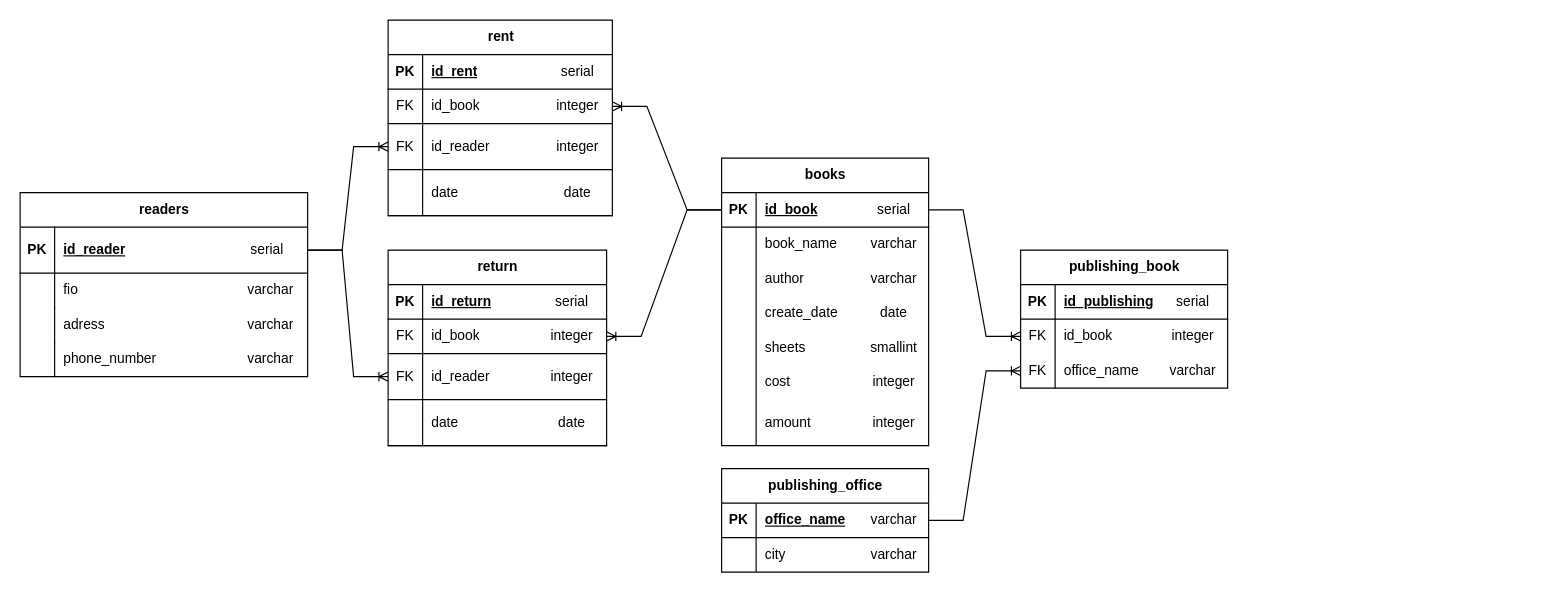
The draw.io diagram 2.DWH/2.2/physical structure.drawio in DragonMickey/1T_Data, before the edit. Source tidied: cells renumbered, new cells numbered last; positions are measured from the earlier drawing's top-left corner, leaving out a move shared by most shapes. Both pictures are drawn from the tidied source at 115%, with x=0, y=0 at pixel (20, 20).
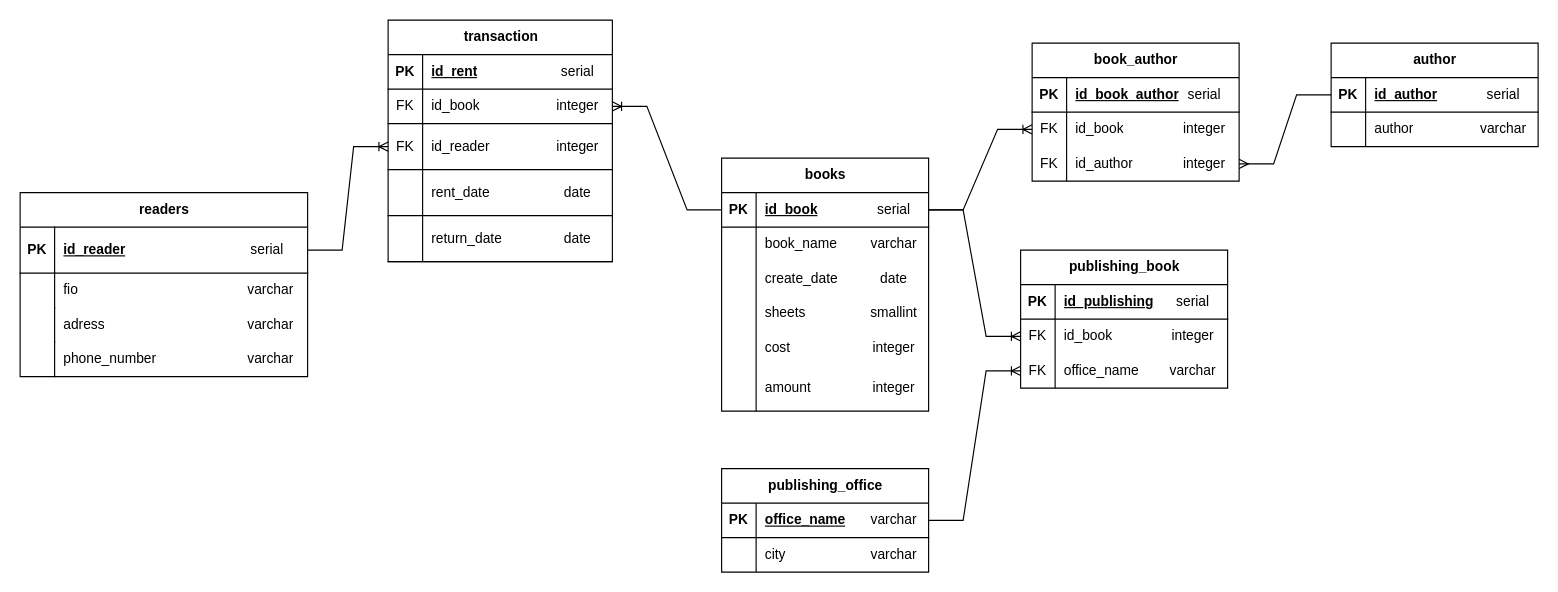
The same diagram, later.

Commit message (it also covers changes not shown here):
changes in phys structure

The change refers to these unchanged cells:
```xml
<mxCell id="3" style="shape=tableRow;horizontal=0;startSize=0;swimlaneHead=0;swimlaneBody=0;fillColor=none;points=[[0,0.5],[1,0.5]];portConstraint=eastwest;top=0;left=0;right=0;bottom=1;" parent="2" vertex="1">
  <mxGeometry y="30" width="250" height="40" as="geometry" />
</mxCell>
<mxCell id="27" style="shape=tableRow;horizontal=0;startSize=0;swimlaneHead=0;swimlaneBody=0;fillColor=none;points=[[0,0.5],[1,0.5]];portConstraint=eastwest;top=0;left=0;right=0;bottom=1;" parent="26" vertex="1">
  <mxGeometry y="30" width="180" height="30" as="geometry" />
</mxCell>
<mxCell id="58" style="shape=tableRow;horizontal=0;startSize=0;swimlaneHead=0;swimlaneBody=0;fillColor=none;top=0;left=0;right=0;bottom=1;strokeColor=default;fontFamily=Helvetica;fontSize=12;fontColor=default;html=1;" parent="48" vertex="1">
  <mxGeometry y="130" width="195" height="40" as="geometry" />
</mxCell>
<mxCell id="98" value="serial" style="text;html=1;strokeColor=none;fillColor=none;align=center;verticalAlign=middle;whiteSpace=wrap;rounded=0;" parent="1" vertex="1">
  <mxGeometry x="730" y="150" width="60" height="30" as="geometry" />
</mxCell>
```

What changed in the source:
```diff
@@
     <mxCell id="26" value="books" style="shape=table;startSize=30;childLayout=tableLayout;rowLines=0;fontStyle=1;align=center;html=1;" parent="1" vertex="1">
-      <mxGeometry x="610" y="120" width="180" height="250" as="geometry" />
+      <mxGeometry x="610" y="120" width="180" height="220" as="geometry" />
     </mxCell>
@@
-    <mxCell id="33" style="shape=tableRow;horizontal=0;startSize=0;swimlaneHead=0;swimlaneBody=0;fillColor=none;points=[[0,0.5],[1,0.5]];portConstraint=eastwest;top=0;left=0;right=0;bottom=0;" parent="26" vertex="1">
-      <mxGeometry y="90" width="180" height="30" as="geometry" />
-    </mxCell>
-    <mxCell id="34" style="shape=partialRectangle;fillColor=none;top=0;left=0;bottom=0;right=0;overflow=hidden;whiteSpace=wrap;html=1;" parent="33" vertex="1">
-      <mxGeometry width="30" height="30" as="geometry" />
-    </mxCell>
-    <mxCell id="35" value="author" style="shape=partialRectangle;fillColor=none;top=0;left=0;bottom=0;right=0;align=left;spacingLeft=6;overflow=hidden;whiteSpace=wrap;html=1;" parent="33" vertex="1">
-      <mxGeometry x="30" width="150" height="30" as="geometry" />
-    </mxCell>
     <mxCell id="36" style="shape=tableRow;horizontal=0;startSize=0;swimlaneHead=0;swimlaneBody=0;fillColor=none;top=0;left=0;right=0;bottom=0;" parent="26" vertex="1">
-      <mxGeometry y="120" width="180" height="30" as="geometry" />
+      <mxGeometry y="90" width="180" height="30" as="geometry" />
     </mxCell>
@@
     <mxCell id="39" style="shape=tableRow;horizontal=0;startSize=0;swimlaneHead=0;swimlaneBody=0;fillColor=none;top=0;left=0;right=0;bottom=0;" parent="26" vertex="1">
-      <mxGeometry y="150" width="180" height="30" as="geometry" />
+      <mxGeometry y="120" width="180" height="30" as="geometry" />
     </mxCell>
@@
     <mxCell id="42" style="shape=tableRow;horizontal=0;startSize=0;swimlaneHead=0;swimlaneBody=0;fillColor=none;top=0;left=0;right=0;bottom=0;" parent="26" vertex="1">
-      <mxGeometry y="180" width="180" height="30" as="geometry" />
+      <mxGeometry y="150" width="180" height="30" as="geometry" />
     </mxCell>
@@
     <mxCell id="45" style="shape=tableRow;horizontal=0;startSize=0;swimlaneHead=0;swimlaneBody=0;fillColor=none;top=0;left=0;right=0;bottom=0;" parent="26" vertex="1">
-      <mxGeometry y="210" width="180" height="40" as="geometry" />
+      <mxGeometry y="180" width="180" height="40" as="geometry" />
     </mxCell>
@@
-    <mxCell id="48" value="rent" style="shape=table;startSize=30;childLayout=tableLayout;rowLines=0;fontStyle=1;align=center;html=1;strokeColor=default;fontFamily=Helvetica;fontSize=12;fontColor=default;fillColor=default;" parent="1" vertex="1">
-      <mxGeometry x="320" width="195" height="170" as="geometry" />
+    <mxCell id="48" value="transaction" style="shape=table;startSize=30;childLayout=tableLayout;rowLines=0;fontStyle=1;align=center;html=1;strokeColor=default;fontFamily=Helvetica;fontSize=12;fontColor=default;fillColor=default;" parent="1" vertex="1">
+      <mxGeometry x="320" width="195" height="210" as="geometry" />
     </mxCell>
@@
-    <mxCell id="60" value="date" style="shape=partialRectangle;fillColor=none;top=0;left=0;bottom=0;right=0;align=left;spacingLeft=6;fontStyle=0;overflow=hidden;whiteSpace=wrap;html=1;strokeColor=default;fontFamily=Helvetica;fontSize=12;fontColor=default;startSize=30;" parent="58" vertex="1">
+    <mxCell id="60" value="rent_date" style="shape=partialRectangle;fillColor=none;top=0;left=0;bottom=0;right=0;align=left;spacingLeft=6;fontStyle=0;overflow=hidden;whiteSpace=wrap;html=1;strokeColor=default;fontFamily=Helvetica;fontSize=12;fontColor=default;startSize=30;" parent="58" vertex="1">
       <mxGeometry x="30" width="165" height="40" as="geometry" />
     </mxCell>
+    <mxCell id="110" style="shape=tableRow;horizontal=0;startSize=0;swimlaneHead=0;swimlaneBody=0;fillColor=none;top=0;left=0;right=0;bottom=1;strokeColor=default;fontFamily=Helvetica;fontSize=12;fontColor=default;html=1;" parent="48" vertex="1">
+      <mxGeometry y="170" width="195" height="40" as="geometry" />
+    </mxCell>
+    <mxCell id="74" style="shape=partialRectangle;fillColor=none;top=0;left=0;bottom=0;right=0;fontStyle=0;overflow=hidden;whiteSpace=wrap;html=1;strokeColor=default;fontFamily=Helvetica;fontSize=12;fontColor=default;startSize=30;" parent="110" vertex="1">
+      <mxGeometry width="30" height="40" as="geometry" />
+    </mxCell>
+    <mxCell id="111" value="return_date" style="shape=partialRectangle;fillColor=none;top=0;left=0;bottom=0;right=0;align=left;spacingLeft=6;fontStyle=0;overflow=hidden;whiteSpace=wrap;html=1;strokeColor=default;fontFamily=Helvetica;fontSize=12;fontColor=default;startSize=30;" parent="110" vertex="1">
+      <mxGeometry x="30" width="165" height="40" as="geometry" />
+    </mxCell>
@@
-    <mxCell id="63" value="return" style="shape=table;startSize=30;childLayout=tableLayout;rowLines=0;fontStyle=1;align=center;html=1;strokeColor=default;fontFamily=Helvetica;fontSize=12;fontColor=default;fillColor=default;" parent="1" vertex="1">
-      <mxGeometry x="320" y="200" width="190" height="170" as="geometry" />
-    </mxCell>
-    <mxCell id="64" style="shape=tableRow;horizontal=0;startSize=0;swimlaneHead=0;swimlaneBody=0;fillColor=none;top=0;left=0;right=0;bottom=1;strokeColor=default;fontFamily=Helvetica;fontSize=12;fontColor=default;html=1;" parent="63" vertex="1">
-      <mxGeometry y="30" width="190" height="30" as="geometry" />
-    </mxCell>
-    <mxCell id="65" value="PK" style="shape=partialRectangle;fillColor=none;top=0;left=0;bottom=0;right=0;fontStyle=1;overflow=hidden;whiteSpace=wrap;html=1;strokeColor=default;fontFamily=Helvetica;fontSize=12;fontColor=default;startSize=30;" parent="64" vertex="1">
-      <mxGeometry width="30" height="30" as="geometry" />
-    </mxCell>
-    <mxCell id="66" value="id_return" style="shape=partialRectangle;fillColor=none;top=0;left=0;bottom=0;right=0;align=left;spacingLeft=6;fontStyle=5;overflow=hidden;whiteSpace=wrap;html=1;strokeColor=default;fontFamily=Helvetica;fontSize=12;fontColor=default;startSize=30;" parent="64" vertex="1">
-      <mxGeometry x="30" width="160" height="30" as="geometry" />
-    </mxCell>
-    <mxCell id="67" style="shape=tableRow;horizontal=0;startSize=0;swimlaneHead=0;swimlaneBody=0;fillColor=none;top=0;left=0;right=0;bottom=1;strokeColor=default;fontFamily=Helvetica;fontSize=12;fontColor=default;html=1;" parent="63" vertex="1">
-      <mxGeometry y="60" width="190" height="30" as="geometry" />
-    </mxCell>
-    <mxCell id="68" value="FK" style="shape=partialRectangle;fillColor=none;top=0;left=0;bottom=0;right=0;fontStyle=0;overflow=hidden;whiteSpace=wrap;html=1;strokeColor=default;fontFamily=Helvetica;fontSize=12;fontColor=default;startSize=30;" parent="67" vertex="1">
-      <mxGeometry width="30" height="30" as="geometry" />
-    </mxCell>
-    <mxCell id="69" value="id_book" style="shape=partialRectangle;fillColor=none;top=0;left=0;bottom=0;right=0;align=left;spacingLeft=6;fontStyle=0;overflow=hidden;whiteSpace=wrap;html=1;strokeColor=default;fontFamily=Helvetica;fontSize=12;fontColor=default;startSize=30;" parent="67" vertex="1">
-      <mxGeometry x="30" width="160" height="30" as="geometry" />
-    </mxCell>
-    <mxCell id="70" style="shape=tableRow;horizontal=0;startSize=0;swimlaneHead=0;swimlaneBody=0;fillColor=none;points=[[0,0.5],[1,0.5]];portConstraint=eastwest;top=0;left=0;right=0;bottom=1;strokeColor=default;fontFamily=Helvetica;fontSize=12;fontColor=default;html=1;" parent="63" vertex="1">
-      <mxGeometry y="90" width="190" height="40" as="geometry" />
-    </mxCell>
-    <mxCell id="71" value="FK" style="shape=partialRectangle;fillColor=none;top=0;left=0;bottom=0;right=0;fontStyle=0;overflow=hidden;whiteSpace=wrap;html=1;strokeColor=default;fontFamily=Helvetica;fontSize=12;fontColor=default;startSize=30;" parent="70" vertex="1">
-      <mxGeometry width="30" height="40" as="geometry" />
-    </mxCell>
-    <mxCell id="72" value="id_reader" style="shape=partialRectangle;fillColor=none;top=0;left=0;bottom=0;right=0;align=left;spacingLeft=6;fontStyle=0;overflow=hidden;whiteSpace=wrap;html=1;strokeColor=default;fontFamily=Helvetica;fontSize=12;fontColor=default;startSize=30;" parent="70" vertex="1">
-      <mxGeometry x="30" width="160" height="40" as="geometry" />
-    </mxCell>
-    <mxCell id="73" style="shape=tableRow;horizontal=0;startSize=0;swimlaneHead=0;swimlaneBody=0;fillColor=none;top=0;left=0;right=0;bottom=1;strokeColor=default;fontFamily=Helvetica;fontSize=12;fontColor=default;html=1;" parent="63" vertex="1">
-      <mxGeometry y="130" width="190" height="40" as="geometry" />
-    </mxCell>
-    <mxCell id="74" style="shape=partialRectangle;fillColor=none;top=0;left=0;bottom=0;right=0;fontStyle=0;overflow=hidden;whiteSpace=wrap;html=1;strokeColor=default;fontFamily=Helvetica;fontSize=12;fontColor=default;startSize=30;" parent="73" vertex="1">
-      <mxGeometry width="30" height="40" as="geometry" />
-    </mxCell>
-    <mxCell id="75" value="date" style="shape=partialRectangle;fillColor=none;top=0;left=0;bottom=0;right=0;align=left;spacingLeft=6;fontStyle=0;overflow=hidden;whiteSpace=wrap;html=1;strokeColor=default;fontFamily=Helvetica;fontSize=12;fontColor=default;startSize=30;" parent="73" vertex="1">
-      <mxGeometry x="30" width="160" height="40" as="geometry" />
-    </mxCell>
-    <mxCell id="76" style="edgeStyle=entityRelationEdgeStyle;fontSize=12;html=1;endArrow=ERoneToMany;rounded=0;entryX=0;entryY=0.5;entryDx=0;entryDy=0;exitX=1;exitY=0.5;exitDx=0;exitDy=0;" parent="1" edge="1" source="3" target="70">
-      <mxGeometry relative="1" as="geometry" />
-    </mxCell>
-    <mxCell id="77" style="edgeStyle=entityRelationEdgeStyle;fontSize=12;html=1;endArrow=ERoneToMany;rounded=0;exitX=0;exitY=0.5;exitDx=0;exitDy=0;entryX=1;entryY=0.5;entryDx=0;entryDy=0;" parent="1" edge="1" source="27" target="96">
-      <mxGeometry relative="1" as="geometry" />
-    </mxCell>
@@
-    <mxCell id="92" value="integer" style="text;html=1;strokeColor=none;fillColor=none;align=center;verticalAlign=middle;whiteSpace=wrap;rounded=0;" parent="1" vertex="1">
-      <mxGeometry x="450" y="290" width="60" height="40" as="geometry" />
-    </mxCell>
@@
     <mxCell id="94" value="date" style="text;html=1;strokeColor=none;fillColor=none;align=center;verticalAlign=middle;whiteSpace=wrap;rounded=0;" parent="1" vertex="1">
-      <mxGeometry x="450" y="330" width="60" height="40" as="geometry" />
+      <mxGeometry x="455" y="170" width="60" height="40" as="geometry" />
     </mxCell>
@@
-    <mxCell id="96" value="integer" style="text;html=1;strokeColor=none;fillColor=none;align=center;verticalAlign=middle;whiteSpace=wrap;rounded=0;" parent="1" vertex="1">
-      <mxGeometry x="450" y="260" width="60" height="30" as="geometry" />
-    </mxCell>
-    <mxCell id="97" value="serial" style="text;html=1;strokeColor=none;fillColor=none;align=center;verticalAlign=middle;whiteSpace=wrap;rounded=0;" parent="1" vertex="1">
-      <mxGeometry x="450" y="230" width="60" height="30" as="geometry" />
-    </mxCell>
@@
-    <mxCell id="100" value="varchar" style="text;html=1;strokeColor=none;fillColor=none;align=center;verticalAlign=middle;whiteSpace=wrap;rounded=0;" parent="1" vertex="1">
-      <mxGeometry x="730" y="210" width="60" height="30" as="geometry" />
-    </mxCell>
     <mxCell id="101" value="date" style="text;html=1;strokeColor=none;fillColor=none;align=center;verticalAlign=middle;whiteSpace=wrap;rounded=0;" parent="1" vertex="1">
-      <mxGeometry x="730" y="240" width="60" height="30" as="geometry" />
+      <mxGeometry x="730" y="210" width="60" height="30" as="geometry" />
     </mxCell>
     <mxCell id="102" value="smallint" style="text;html=1;strokeColor=none;fillColor=none;align=center;verticalAlign=middle;whiteSpace=wrap;rounded=0;" parent="1" vertex="1">
-      <mxGeometry x="730" y="270" width="60" height="30" as="geometry" />
+      <mxGeometry x="730" y="240" width="60" height="30" as="geometry" />
     </mxCell>
     <mxCell id="103" value="integer" style="text;html=1;strokeColor=none;fillColor=none;align=center;verticalAlign=middle;whiteSpace=wrap;rounded=0;" parent="1" vertex="1">
-      <mxGeometry x="730" y="300" width="60" height="30" as="geometry" />
+      <mxGeometry x="730" y="270" width="60" height="30" as="geometry" />
     </mxCell>
     <mxCell id="104" value="integer" style="text;html=1;strokeColor=none;fillColor=none;align=center;verticalAlign=middle;whiteSpace=wrap;rounded=0;" parent="1" vertex="1">
-      <mxGeometry x="730" y="330" width="60" height="40" as="geometry" />
+      <mxGeometry x="730" y="300" width="60" height="40" as="geometry" />
     </mxCell>
@@
+    <mxCell id="112" value="book_author" style="shape=table;startSize=30;childLayout=tableLayout;rowLines=0;fontStyle=1;align=center;html=1;" parent="1" vertex="1">
+      <mxGeometry x="880" y="20" width="180" height="120" as="geometry" />
+    </mxCell>
+    <mxCell id="113" style="shape=tableRow;horizontal=0;startSize=0;swimlaneHead=0;swimlaneBody=0;fillColor=none;top=0;left=0;right=0;bottom=1;" parent="112" vertex="1">
+      <mxGeometry y="30" width="180" height="30" as="geometry" />
+    </mxCell>
+    <mxCell id="114" value="PK" style="shape=partialRectangle;fillColor=none;top=0;left=0;bottom=0;right=0;fontStyle=1;overflow=hidden;whiteSpace=wrap;html=1;" parent="113" vertex="1">
+      <mxGeometry width="30" height="30" as="geometry" />
+    </mxCell>
+    <mxCell id="115" value="id_book_author" style="shape=partialRectangle;fillColor=none;top=0;left=0;bottom=0;right=0;align=left;spacingLeft=6;fontStyle=5;overflow=hidden;whiteSpace=wrap;html=1;" parent="113" vertex="1">
+      <mxGeometry x="30" width="150" height="30" as="geometry" />
+    </mxCell>
+    <mxCell id="116" style="shape=tableRow;horizontal=0;startSize=0;swimlaneHead=0;swimlaneBody=0;fillColor=none;points=[[0,0.5],[1,0.5]];portConstraint=eastwest;top=0;left=0;right=0;bottom=0;" parent="112" vertex="1">
+      <mxGeometry y="60" width="180" height="30" as="geometry" />
+    </mxCell>
+    <mxCell id="117" value="FK" style="shape=partialRectangle;fillColor=none;top=0;left=0;bottom=0;right=0;overflow=hidden;whiteSpace=wrap;html=1;" parent="116" vertex="1">
+      <mxGeometry width="30" height="30" as="geometry" />
+    </mxCell>
+    <mxCell id="69" value="id_book" style="shape=partialRectangle;fillColor=none;top=0;left=0;bottom=0;right=0;align=left;spacingLeft=6;overflow=hidden;whiteSpace=wrap;html=1;" parent="116" vertex="1">
+      <mxGeometry x="30" width="150" height="30" as="geometry" />
+    </mxCell>
+    <mxCell id="33" style="shape=tableRow;horizontal=0;startSize=0;swimlaneHead=0;swimlaneBody=0;fillColor=none;points=[[0,0.5],[1,0.5]];portConstraint=eastwest;top=0;left=0;right=0;bottom=0;" parent="112" vertex="1">
+      <mxGeometry y="90" width="180" height="30" as="geometry" />
+    </mxCell>
+    <mxCell id="118" value="FK" style="shape=partialRectangle;fillColor=none;top=0;left=0;bottom=0;right=0;overflow=hidden;whiteSpace=wrap;html=1;" parent="33" vertex="1">
+      <mxGeometry width="30" height="30" as="geometry" />
+    </mxCell>
+    <mxCell id="119" value="id_author" style="shape=partialRectangle;fillColor=none;top=0;left=0;bottom=0;right=0;align=left;spacingLeft=6;overflow=hidden;whiteSpace=wrap;html=1;" parent="33" vertex="1">
+      <mxGeometry x="30" width="150" height="30" as="geometry" />
+    </mxCell>
+    <mxCell id="120" value="author" style="shape=table;startSize=30;childLayout=tableLayout;rowLines=0;fontStyle=1;align=center;html=1;" parent="1" vertex="1">
+      <mxGeometry x="1140" y="20" width="180" height="90" as="geometry" />
+    </mxCell>
+    <mxCell id="121" style="shape=tableRow;horizontal=0;startSize=0;swimlaneHead=0;swimlaneBody=0;fillColor=none;points=[[0,0.5],[1,0.5]];portConstraint=eastwest;top=0;left=0;right=0;bottom=1;" parent="120" vertex="1">
+      <mxGeometry y="30" width="180" height="30" as="geometry" />
+    </mxCell>
+    <mxCell id="122" value="PK" style="shape=partialRectangle;fillColor=none;top=0;left=0;bottom=0;right=0;fontStyle=1;overflow=hidden;whiteSpace=wrap;html=1;" parent="121" vertex="1">
+      <mxGeometry width="30" height="30" as="geometry" />
+    </mxCell>
+    <mxCell id="123" value="id_author" style="shape=partialRectangle;fillColor=none;top=0;left=0;bottom=0;right=0;align=left;spacingLeft=6;fontStyle=5;overflow=hidden;whiteSpace=wrap;html=1;" parent="121" vertex="1">
+      <mxGeometry x="30" width="150" height="30" as="geometry" />
+    </mxCell>
+    <mxCell id="124" style="shape=tableRow;horizontal=0;startSize=0;swimlaneHead=0;swimlaneBody=0;fillColor=none;top=0;left=0;right=0;bottom=0;" parent="120" vertex="1">
+      <mxGeometry y="60" width="180" height="30" as="geometry" />
+    </mxCell>
+    <mxCell id="34" style="shape=partialRectangle;fillColor=none;top=0;left=0;bottom=0;right=0;overflow=hidden;whiteSpace=wrap;html=1;" parent="124" vertex="1">
+      <mxGeometry width="30" height="30" as="geometry" />
+    </mxCell>
+    <mxCell id="35" value="author" style="shape=partialRectangle;fillColor=none;top=0;left=0;bottom=0;right=0;align=left;spacingLeft=6;overflow=hidden;whiteSpace=wrap;html=1;" parent="124" vertex="1">
+      <mxGeometry x="30" width="150" height="30" as="geometry" />
+    </mxCell>
+    <mxCell id="125" style="edgeStyle=entityRelationEdgeStyle;fontSize=12;html=1;endArrow=ERoneToMany;rounded=0;exitX=1;exitY=0.5;exitDx=0;exitDy=0;entryX=0;entryY=0.5;entryDx=0;entryDy=0;" parent="1" edge="1" source="98" target="116">
+      <mxGeometry relative="1" as="geometry" />
+    </mxCell>
+    <mxCell id="126" style="edgeStyle=entityRelationEdgeStyle;fontSize=12;html=1;endArrow=ERmany;rounded=0;exitX=0;exitY=0.5;exitDx=0;exitDy=0;entryX=1;entryY=0.5;entryDx=0;entryDy=0;" parent="1" edge="1" source="121" target="33">
+      <mxGeometry relative="1" as="geometry" />
+    </mxCell>
+    <mxCell id="127" value="serial" style="text;html=1;strokeColor=none;fillColor=none;align=center;verticalAlign=middle;whiteSpace=wrap;rounded=0;" parent="1" vertex="1">
+      <mxGeometry x="1260" y="50" width="60" height="30" as="geometry" />
+    </mxCell>
+    <mxCell id="128" value="serial" style="text;html=1;strokeColor=none;fillColor=none;align=center;verticalAlign=middle;whiteSpace=wrap;rounded=0;" parent="1" vertex="1">
+      <mxGeometry x="1000" y="50" width="60" height="30" as="geometry" />
+    </mxCell>
+    <mxCell id="129" value="integer" style="text;html=1;strokeColor=none;fillColor=none;align=center;verticalAlign=middle;whiteSpace=wrap;rounded=0;" parent="1" vertex="1">
+      <mxGeometry x="1000" y="80" width="60" height="30" as="geometry" />
+    </mxCell>
+    <mxCell id="130" value="integer" style="text;html=1;strokeColor=none;fillColor=none;align=center;verticalAlign=middle;whiteSpace=wrap;rounded=0;" parent="1" vertex="1">
+      <mxGeometry x="1000" y="110" width="60" height="30" as="geometry" />
+    </mxCell>
+    <mxCell id="100" value="varchar" style="text;html=1;strokeColor=none;fillColor=none;align=center;verticalAlign=middle;whiteSpace=wrap;rounded=0;" parent="1" vertex="1">
+      <mxGeometry x="1260" y="80" width="60" height="30" as="geometry" />
+    </mxCell>
```
